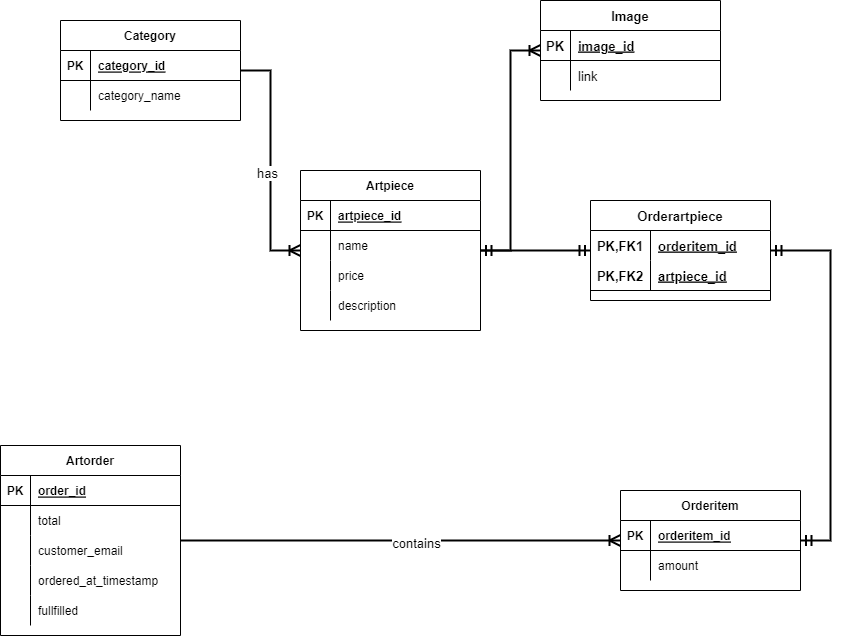
noTirT/store-backend keeps this draw.io diagram as src/main/resources/static/DatabaseModel.png. Above is the earlier version. Source tidied: cells renumbered, new cells last; positions are measured from the earlier drawing's top-left corner, leaving out a move shared by most shapes.
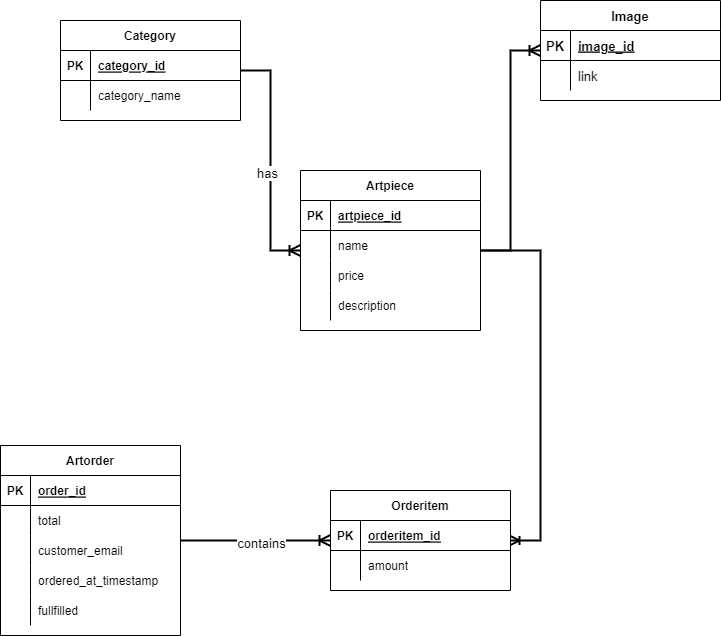
Later version of the same file.

Change to the diagram source:
```diff
@@ -111,7 +111,7 @@
       <mxGeometry x="30" width="150" height="30" as="geometry" />
     </mxCell>
     <mxCell id="38" value="Orderitem" style="shape=table;startSize=30;rowLines=0;fontStyle=1;align=center;" parent="1" vertex="1">
-      <mxGeometry x="620" y="490" width="180" height="100" as="geometry" />
+      <mxGeometry x="330" y="490" width="180" height="100" as="geometry" />
     </mxCell>
     <mxCell id="39" style="shape=tableRow;horizontal=0;startSize=0;swimlaneHead=0;swimlaneBody=0;fillColor=none;top=0;left=0;right=0;bottom=1;" parent="38" vertex="1">
       <mxGeometry y="30" width="180" height="30" as="geometry" />
@@ -145,33 +145,6 @@
         <mxPoint x="-1" as="offset" />
       </mxGeometry>
     </mxCell>
-    <mxCell id="49" value="Orderartpiece" style="shape=table;startSize=30;rowLines=0;fontStyle=1;align=center;fontSize=13;" parent="1" vertex="1">
-      <mxGeometry x="590" y="200" width="180" height="100" as="geometry" />
-    </mxCell>
-    <mxCell id="50" style="shape=tableRow;horizontal=0;startSize=0;swimlaneHead=0;swimlaneBody=0;fillColor=none;top=0;left=0;right=0;bottom=0;fontSize=13;" parent="49" vertex="1">
-      <mxGeometry y="30" width="180" height="30" as="geometry" />
-    </mxCell>
-    <mxCell id="51" value="PK,FK1" style="shape=partialRectangle;fillColor=none;top=0;left=0;bottom=0;right=0;fontStyle=1;overflow=hidden;fontSize=13;" parent="50" vertex="1">
-      <mxGeometry width="60" height="30" as="geometry" />
-    </mxCell>
-    <mxCell id="52" value="orderitem_id" style="shape=partialRectangle;fillColor=none;top=0;left=0;bottom=0;right=0;align=left;spacingLeft=6;fontStyle=5;overflow=hidden;fontSize=13;" parent="50" vertex="1">
-      <mxGeometry x="60" width="120" height="30" as="geometry" />
-    </mxCell>
-    <mxCell id="53" style="shape=tableRow;horizontal=0;startSize=0;swimlaneHead=0;swimlaneBody=0;fillColor=none;top=0;left=0;right=0;bottom=1;fontSize=13;" parent="49" vertex="1">
-      <mxGeometry y="60" width="180" height="30" as="geometry" />
-    </mxCell>
-    <mxCell id="54" value="PK,FK2" style="shape=partialRectangle;fillColor=none;top=0;left=0;bottom=0;right=0;fontStyle=1;overflow=hidden;fontSize=13;" parent="53" vertex="1">
-      <mxGeometry width="60" height="30" as="geometry" />
-    </mxCell>
-    <mxCell id="55" value="artpiece_id" style="shape=partialRectangle;fillColor=none;top=0;left=0;bottom=0;right=0;align=left;spacingLeft=6;fontStyle=5;overflow=hidden;fontSize=13;" parent="53" vertex="1">
-      <mxGeometry x="60" width="120" height="30" as="geometry" />
-    </mxCell>
-    <mxCell id="56" style="edgeStyle=entityRelationEdgeStyle;fontSize=12;html=1;endArrow=ERmandOne;startArrow=ERmandOne;rounded=0;startSize=8;endSize=8;strokeWidth=2;" parent="1" edge="1" source="2" target="49">
-      <mxGeometry relative="1" as="geometry" />
-    </mxCell>
-    <mxCell id="57" style="edgeStyle=entityRelationEdgeStyle;fontSize=12;html=1;endArrow=ERmandOne;startArrow=ERmandOne;rounded=0;startSize=8;endSize=8;strokeWidth=2;" parent="1" edge="1" source="38" target="49">
-      <mxGeometry relative="1" as="geometry" />
-    </mxCell>
     <mxCell id="58" value="Image" style="shape=table;startSize=30;rowLines=0;fontStyle=1;align=center;fontSize=13;" parent="1" vertex="1">
       <mxGeometry x="540" width="180" height="100" as="geometry" />
     </mxCell>
@@ -196,5 +169,8 @@
     <mxCell id="65" style="edgeStyle=entityRelationEdgeStyle;fontSize=12;html=1;endArrow=ERoneToMany;rounded=0;startSize=8;endSize=8;strokeWidth=2;" parent="1" edge="1" source="2" target="58">
       <mxGeometry relative="1" as="geometry" />
     </mxCell>
+    <mxCell id="66" style="edgeStyle=entityRelationEdgeStyle;fontSize=12;html=1;endArrow=ERoneToMany;rounded=0;strokeWidth=2;" parent="1" edge="1" source="2" target="38">
+      <mxGeometry relative="1" as="geometry" />
+    </mxCell>
   </root>
 </mxGraphModel>
```
